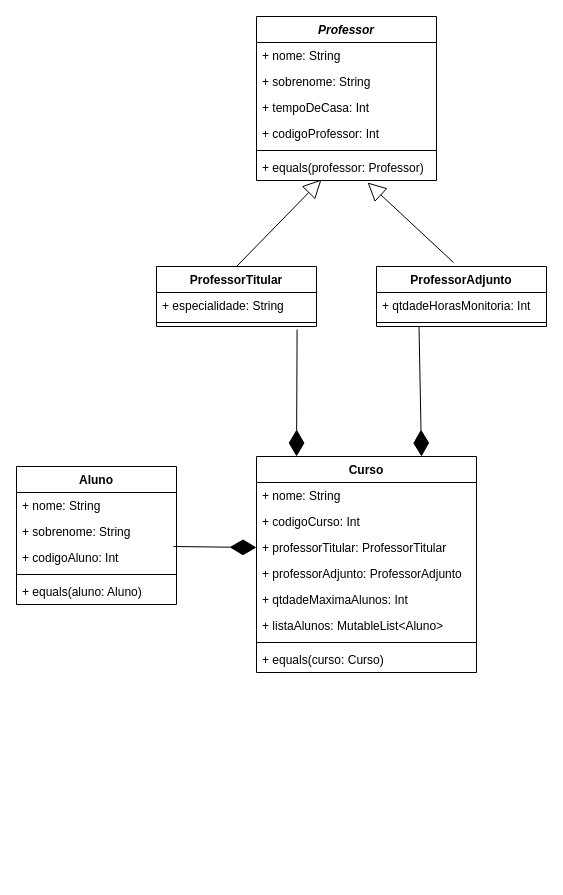
The draw.io diagram src/br/digitalhouse/com/desafioKotlin/desafioKotlin.drawio in AlineCruzDEV/desafioKotlin, before the edit. Source tidied: cells renumbered, new cells numbered last; positions are measured from the earlier drawing's top-left corner, leaving out a move shared by most shapes. Both pictures are drawn from the tidied source at 100%, with x=0, y=0 at pixel (16, 16).
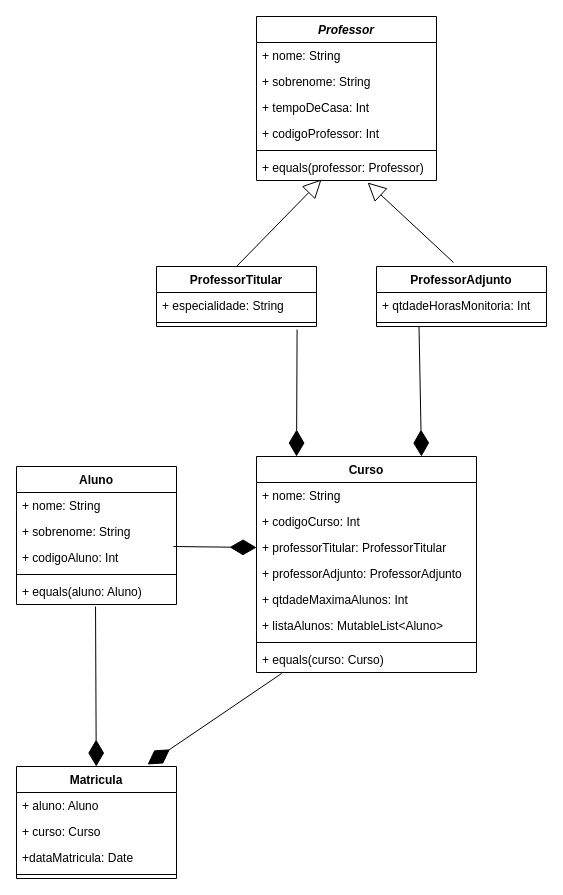
The same diagram, later.

Commit message (it also covers changes not shown here):
Parte F - Criacao da  Classe Matricula

Unchanged cells that the change refers to:
```xml
<mxCell id="22" value="+ equals(aluno: Aluno)" style="text;strokeColor=none;fillColor=none;align=left;verticalAlign=top;spacingLeft=4;spacingRight=4;overflow=hidden;points=[[0,0.5],[1,0.5]];portConstraint=eastwest;" parent="17" vertex="1">
  <mxGeometry y="112" width="160" height="26" as="geometry" />
</mxCell>
<mxCell id="34" value="+ equals(curso: Curso)" style="text;strokeColor=none;fillColor=none;align=left;verticalAlign=top;spacingLeft=4;spacingRight=4;overflow=hidden;points=[[0,0.5],[1,0.5]];portConstraint=eastwest;" parent="26" vertex="1">
  <mxGeometry y="190" width="220" height="26" as="geometry" />
</mxCell>
```

Diff of the diagram source:
```diff
@@
+    <mxCell id="35" style="endArrow=diamondThin;endFill=1;endSize=24;html=1;exitX=0.114;exitY=1.038;exitDx=0;exitDy=0;exitPerimeter=0;entryX=0.819;entryY=-0.018;entryDx=0;entryDy=0;entryPerimeter=0;" parent="1" edge="1" source="34" target="37">
+      <mxGeometry relative="1" as="geometry" />
+    </mxCell>
+    <mxCell id="36" style="endArrow=diamondThin;endFill=1;endSize=24;html=1;exitX=0.494;exitY=1.077;exitDx=0;exitDy=0;exitPerimeter=0;" parent="1" edge="1" source="22" target="37">
+      <mxGeometry relative="1" as="geometry" />
+    </mxCell>
+    <mxCell id="37" value="Matricula" style="swimlane;fontStyle=1;align=center;verticalAlign=top;horizontal=1;startSize=26;" parent="1" vertex="1">
+      <mxGeometry y="750" width="160" height="112" as="geometry" />
+    </mxCell>
+    <mxCell id="38" value="+ aluno: Aluno" style="text;strokeColor=none;fillColor=none;align=left;verticalAlign=top;spacingLeft=4;spacingRight=4;overflow=hidden;" parent="37" vertex="1">
+      <mxGeometry y="26" width="160" height="26" as="geometry" />
+    </mxCell>
+    <mxCell id="39" value="+ curso: Curso" style="text;strokeColor=none;fillColor=none;align=left;verticalAlign=top;spacingLeft=4;spacingRight=4;overflow=hidden;" parent="37" vertex="1">
+      <mxGeometry y="52" width="160" height="26" as="geometry" />
+    </mxCell>
+    <mxCell id="40" value="+dataMatricula: Date" style="text;strokeColor=none;fillColor=none;align=left;verticalAlign=top;spacingLeft=4;spacingRight=4;overflow=hidden;" parent="37" vertex="1">
+      <mxGeometry y="78" width="160" height="26" as="geometry" />
+    </mxCell>
+    <mxCell id="41" style="line;strokeWidth=1;fillColor=none;align=left;verticalAlign=middle;spacingTop=-1;spacingLeft=3;spacingRight=3;labelPosition=right;" parent="37" vertex="1">
+      <mxGeometry y="104" width="160" height="8" as="geometry" />
+    </mxCell>
```
